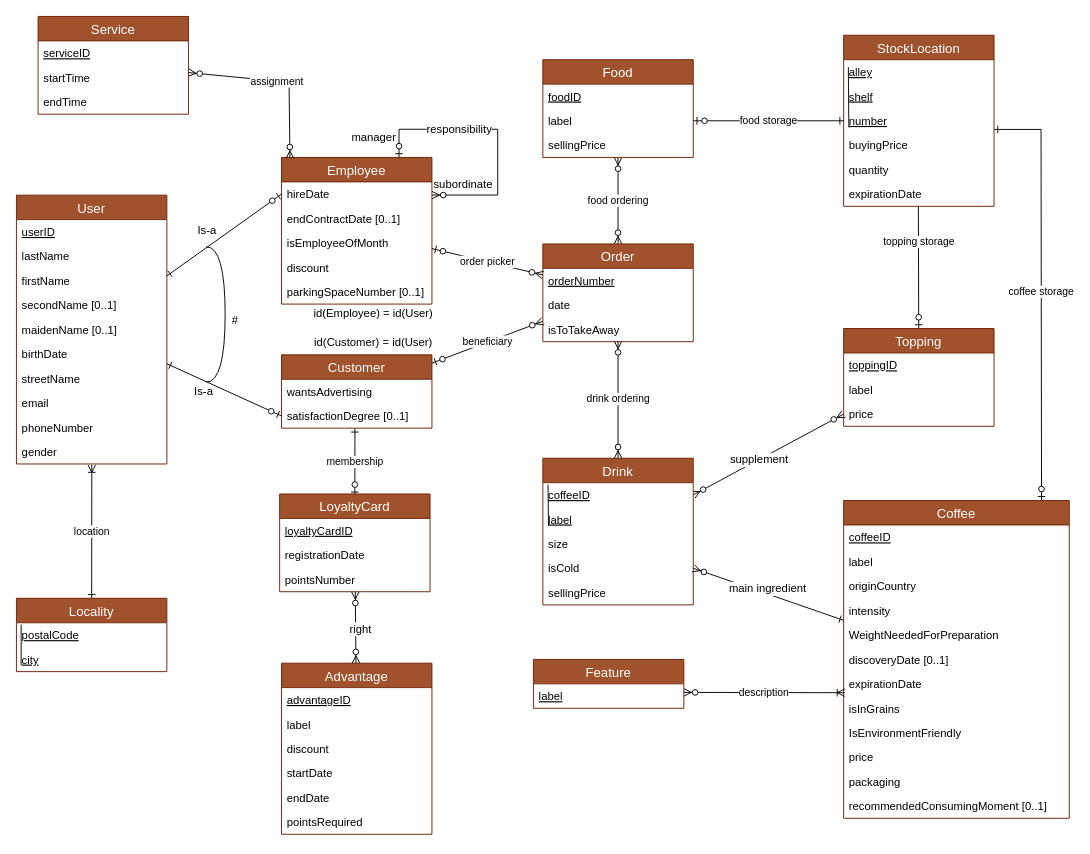
Before: SchemaEA.drawio in DrakeXorn/CoffIG, a draw.io diagram. Source tidied: cells renumbered, new cells numbered last; positions are measured from the earlier drawing's top-left corner, leaving out a move shared by most shapes. Both pictures are drawn from the tidied source at 94%, with x=0, y=0 at pixel (16, 16).
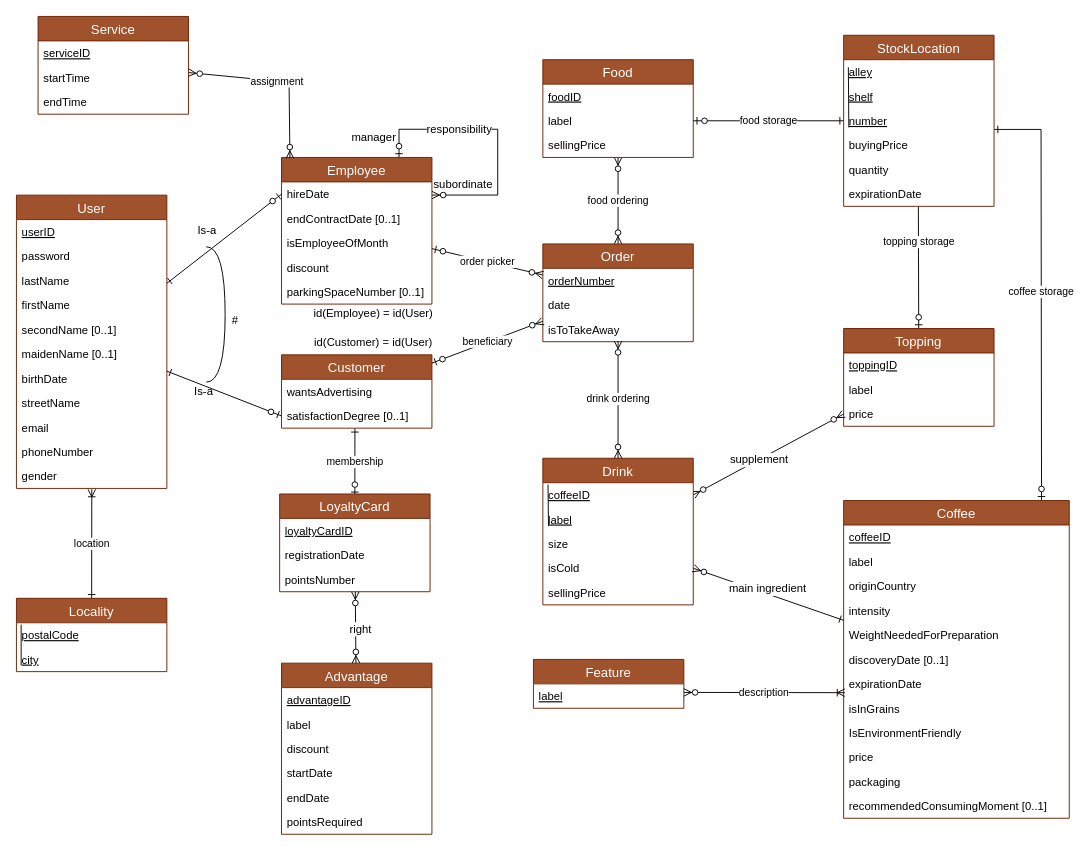
Above is the later version.

The edit, as a diff of the source:
```diff
@@
     <mxCell id="47" value="User" style="swimlane;fontStyle=0;horizontal=1;startSize=26;fillColor=#a0522d;swimlaneFillColor=#ffffff;align=center;fontSize=14;strokeColor=#6D1F00;fontColor=#ffffff;" parent="1" vertex="1">
-      <mxGeometry y="190.1" width="160" height="286" as="geometry" />
+      <mxGeometry y="190.1" width="160" height="312" as="geometry" />
     </mxCell>
+    <mxCell id="112" value="userID" style="text;strokeColor=none;fillColor=none;spacingLeft=4;spacingRight=4;overflow=hidden;fontSize=12;fontStyle=4;" parent="47" vertex="1">
+      <mxGeometry y="26" width="160" height="26" as="geometry" />
+    </mxCell>
-    <mxCell id="48" value="userID" style="text;strokeColor=none;fillColor=none;spacingLeft=4;spacingRight=4;overflow=hidden;fontSize=12;fontStyle=4;" parent="47" vertex="1">
-      <mxGeometry y="26" width="160" height="26" as="geometry" />
+    <mxCell id="48" value="password" style="text;strokeColor=none;fillColor=none;spacingLeft=4;spacingRight=4;overflow=hidden;fontSize=12;fontStyle=0;" parent="47" vertex="1">
+      <mxGeometry y="52" width="160" height="26" as="geometry" />
     </mxCell>
     <mxCell id="49" value="lastName" style="text;strokeColor=none;fillColor=none;spacingLeft=4;spacingRight=4;overflow=hidden;fontSize=12;" parent="47" vertex="1">
-      <mxGeometry y="52" width="160" height="26" as="geometry" />
+      <mxGeometry y="78" width="160" height="26" as="geometry" />
     </mxCell>
     <mxCell id="50" value="firstName" style="text;strokeColor=none;fillColor=none;spacingLeft=4;spacingRight=4;overflow=hidden;fontSize=12;" parent="47" vertex="1">
-      <mxGeometry y="78" width="160" height="26" as="geometry" />
+      <mxGeometry y="104" width="160" height="26" as="geometry" />
     </mxCell>
     <mxCell id="51" value="secondName [0..1]" style="text;strokeColor=none;fillColor=none;spacingLeft=4;spacingRight=4;overflow=hidden;fontSize=12;" parent="47" vertex="1">
-      <mxGeometry y="104" width="160" height="26" as="geometry" />
+      <mxGeometry y="130" width="160" height="26" as="geometry" />
     </mxCell>
     <mxCell id="52" value="maidenName [0..1]" style="text;strokeColor=none;fillColor=none;spacingLeft=4;spacingRight=4;overflow=hidden;fontSize=12;" parent="47" vertex="1">
-      <mxGeometry y="130" width="160" height="26" as="geometry" />
+      <mxGeometry y="156" width="160" height="26" as="geometry" />
     </mxCell>
     <mxCell id="53" value="birthDate" style="text;strokeColor=none;fillColor=none;spacingLeft=4;spacingRight=4;overflow=hidden;fontSize=12;" parent="47" vertex="1">
-      <mxGeometry y="156" width="160" height="26" as="geometry" />
+      <mxGeometry y="182" width="160" height="26" as="geometry" />
     </mxCell>
     <mxCell id="54" value="streetName" style="text;strokeColor=none;fillColor=none;spacingLeft=4;spacingRight=4;overflow=hidden;fontSize=12;" parent="47" vertex="1">
-      <mxGeometry y="182" width="160" height="26" as="geometry" />
+      <mxGeometry y="208" width="160" height="26" as="geometry" />
     </mxCell>
     <mxCell id="55" value="email" style="text;strokeColor=none;fillColor=none;spacingLeft=4;spacingRight=4;overflow=hidden;fontSize=12;" parent="47" vertex="1">
-      <mxGeometry y="208" width="160" height="26" as="geometry" />
+      <mxGeometry y="234" width="160" height="26" as="geometry" />
     </mxCell>
     <mxCell id="56" value="phoneNumber" style="text;strokeColor=none;fillColor=none;spacingLeft=4;spacingRight=4;overflow=hidden;fontSize=12;" parent="47" vertex="1">
-      <mxGeometry y="234" width="160" height="26" as="geometry" />
+      <mxGeometry y="260" width="160" height="26" as="geometry" />
     </mxCell>
     <mxCell id="57" value="gender" style="text;strokeColor=none;fillColor=none;spacingLeft=4;spacingRight=4;overflow=hidden;points=[[0,0.5],[1,0.5]];portConstraint=eastwest;fontSize=12;" parent="47" vertex="1">
-      <mxGeometry y="260" width="160" height="26" as="geometry" />
+      <mxGeometry y="286" width="160" height="26" as="geometry" />
     </mxCell>
```
